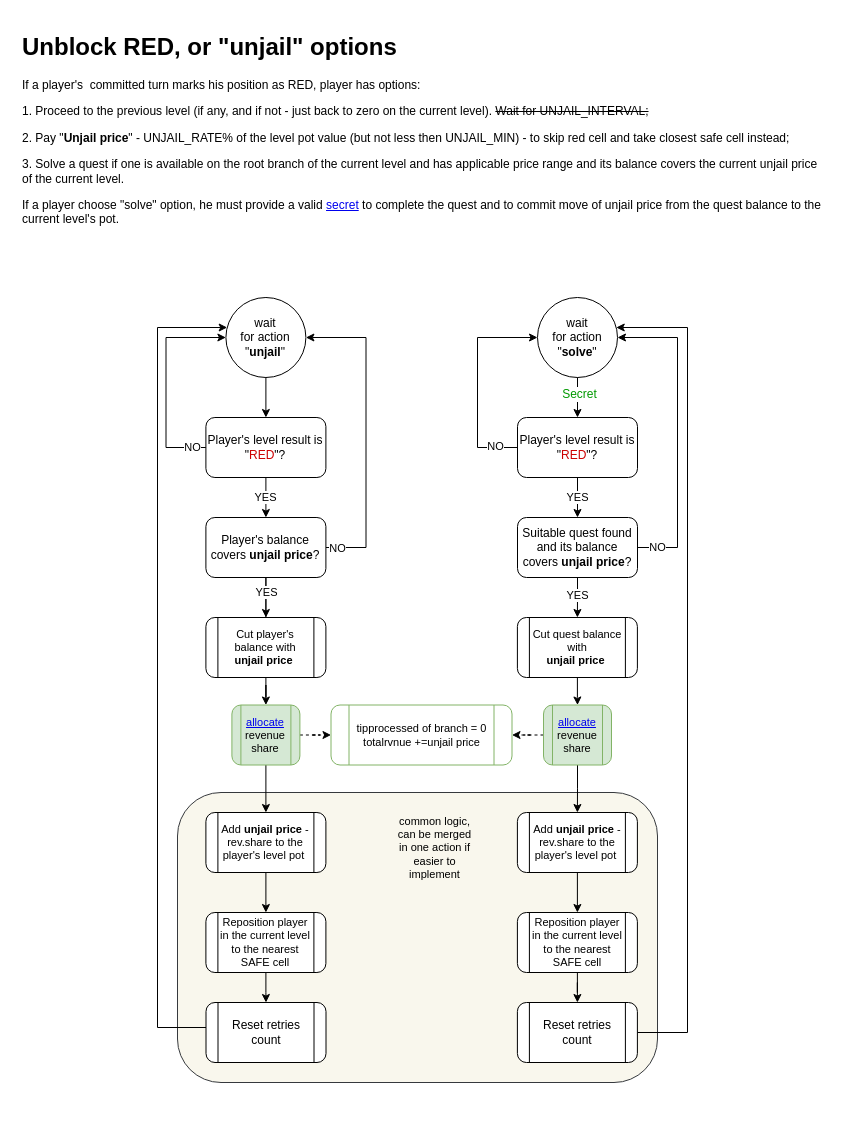
Before: page "unjail" (9 of 14) of ia/WOFFLER IA.drawio in cptn-solo/woffler_contract, a draw.io diagram. Source tidied: cells renumbered, new cells numbered last; positions are measured from the earlier drawing's top-left corner, leaving out a move shared by most shapes. Both pictures are drawn from the tidied source at 100%, with x=0, y=0 at pixel (17, 27).
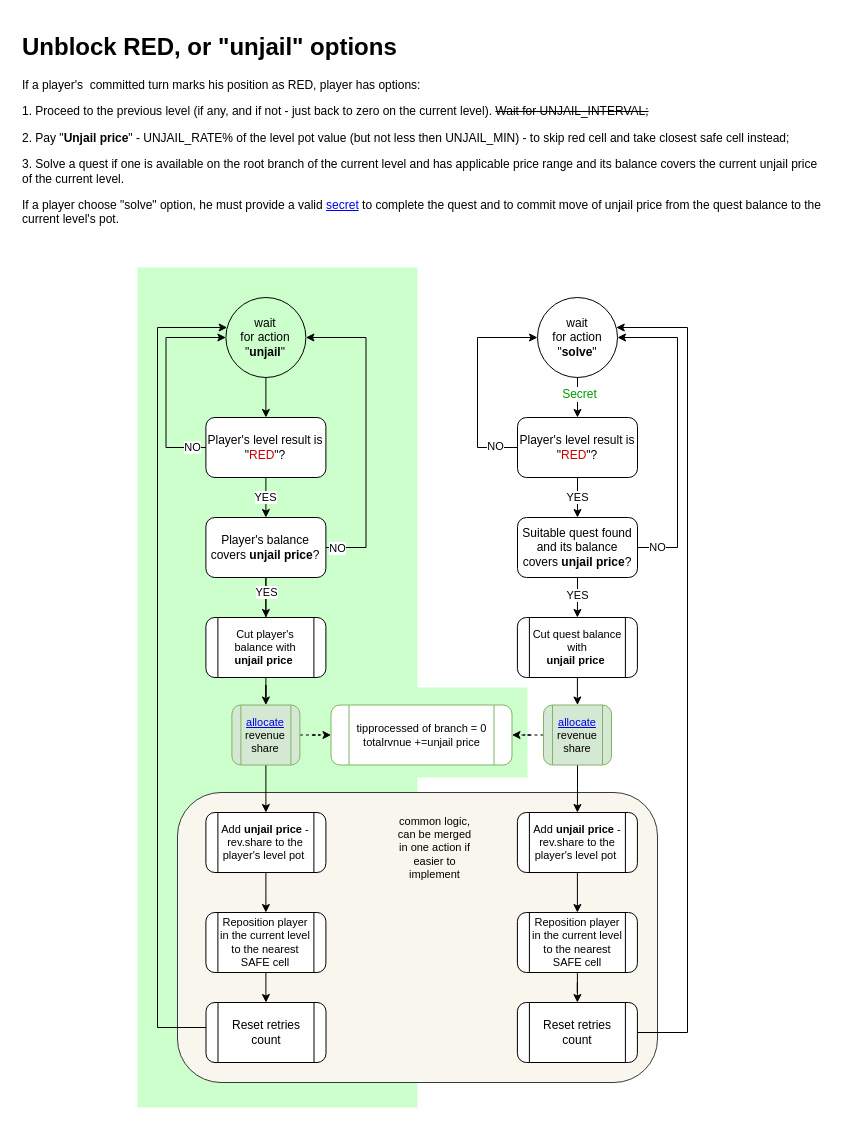
The same page after the edit.

The edit, as a diff of the source:
```diff
@@
+    <mxCell id="49" parent="0" />
+    <mxCell id="50" style="rounded=0;whiteSpace=wrap;html=1;rotation=0;strokeColor=none;fillColor=#CCFFCC;" parent="49" vertex="1">
+      <mxGeometry x="120" y="240" width="280" height="840" as="geometry" />
+    </mxCell>
+    <mxCell id="51" style="rounded=0;whiteSpace=wrap;html=1;rotation=0;strokeColor=none;fillColor=#CCFFCC;" parent="49" vertex="1">
+      <mxGeometry x="300" y="660" width="210" height="90" as="geometry" />
+    </mxCell>
```
